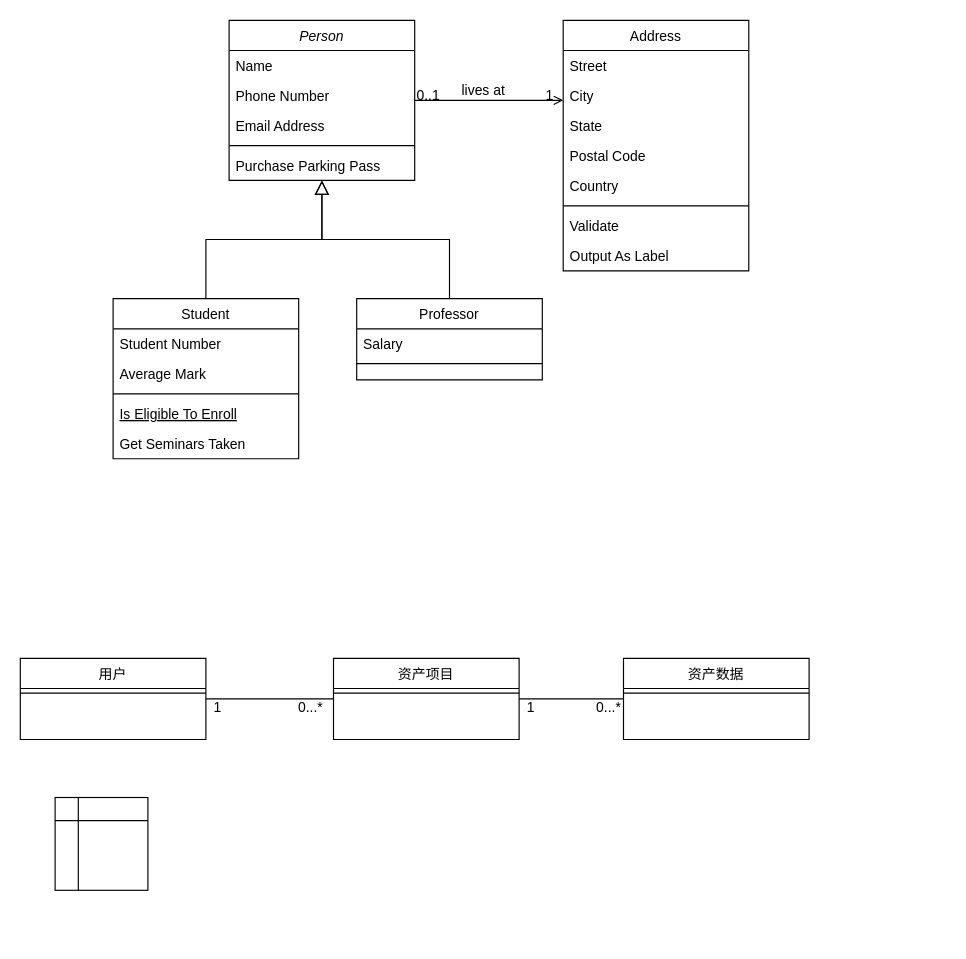
This is vbill.drawio from victorljii/vbill, a draw.io file, before an edit. Source tidied: cells renumbered, new cells numbered last; positions are measured from the earlier drawing's top-left corner, leaving out a move shared by most shapes. Both pictures are drawn from the tidied source at 116%, with x=0, y=0 at pixel (20, 20).
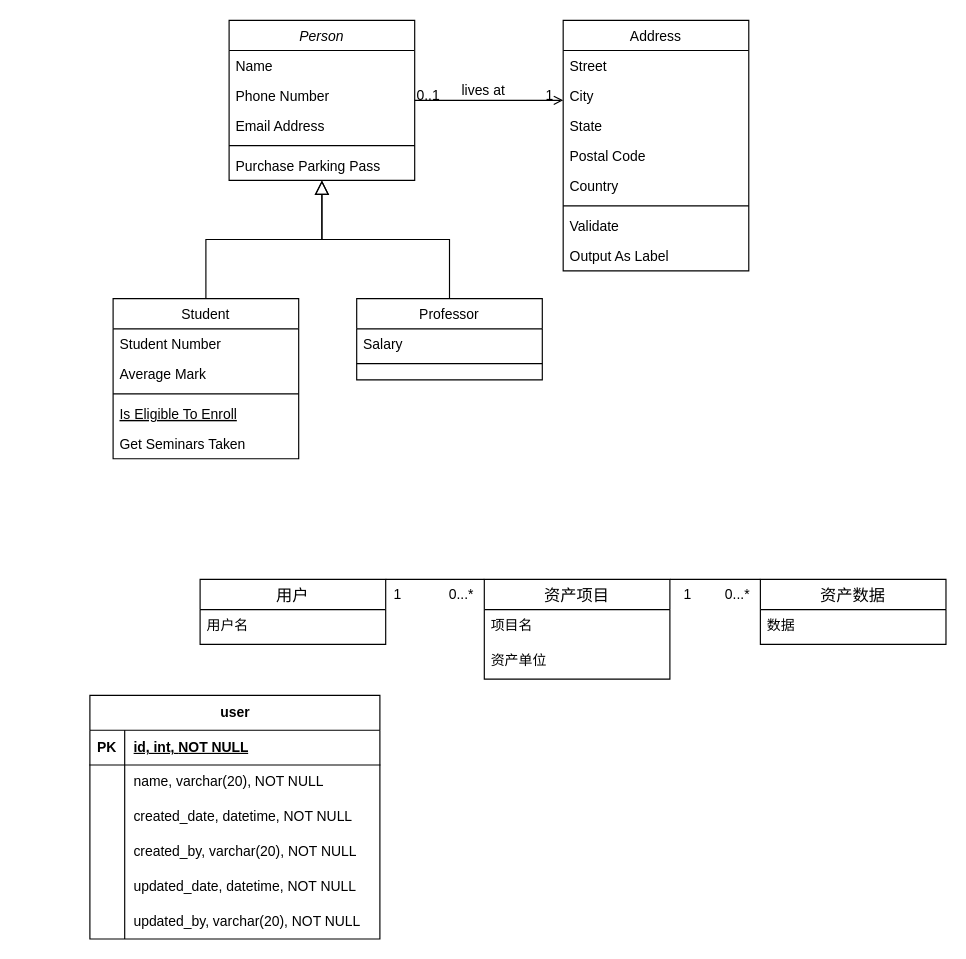
After the change.

What changed in the source:
```diff
@@
+    <mxCell id="45" value="user" style="shape=table;startSize=30;childLayout=tableLayout;rowLines=0;fontStyle=1;align=center;html=1;" parent="1" vertex="1">
+      <mxGeometry x="60" y="582" width="250" height="210" as="geometry" />
+    </mxCell>
+    <mxCell id="46" style="shape=tableRow;horizontal=0;startSize=0;swimlaneHead=0;swimlaneBody=0;fillColor=none;top=0;left=0;right=0;bottom=1;" parent="45" vertex="1">
+      <mxGeometry y="30" width="250" height="30" as="geometry" />
+    </mxCell>
+    <mxCell id="47" value="PK" style="shape=partialRectangle;fillColor=none;top=0;left=0;bottom=0;right=0;fontStyle=1;overflow=hidden;whiteSpace=wrap;html=1;" parent="46" vertex="1">
+      <mxGeometry width="30" height="30" as="geometry" />
+    </mxCell>
+    <mxCell id="48" value="id, int,&amp;nbsp;&lt;span style=&quot;white-space: pre;&quot;&gt;&lt;span style=&quot;white-space: pre;&quot;&gt;NOT NULL&lt;/span&gt;&lt;/span&gt;" style="shape=partialRectangle;fillColor=none;top=0;left=0;bottom=0;right=0;align=left;spacingLeft=6;fontStyle=5;overflow=hidden;whiteSpace=wrap;html=1;" parent="46" vertex="1">
+      <mxGeometry x="30" width="220" height="30" as="geometry" />
+    </mxCell>
+    <mxCell id="49" style="shape=tableRow;horizontal=0;startSize=0;swimlaneHead=0;swimlaneBody=0;fillColor=none;top=0;left=0;right=0;bottom=0;" parent="45" vertex="1">
+      <mxGeometry y="60" width="250" height="30" as="geometry" />
+    </mxCell>
+    <mxCell id="50" style="shape=partialRectangle;fillColor=none;top=0;left=0;bottom=0;right=0;overflow=hidden;whiteSpace=wrap;html=1;" parent="49" vertex="1">
+      <mxGeometry width="30" height="30" as="geometry" />
+    </mxCell>
+    <mxCell id="51" value="name,&amp;nbsp;&lt;span style=&quot;white-space: pre;&quot;&gt;varchar(20), NOT NULL&lt;/span&gt;" style="shape=partialRectangle;fillColor=none;top=0;left=0;bottom=0;right=0;align=left;spacingLeft=6;overflow=hidden;whiteSpace=wrap;html=1;" parent="49" vertex="1">
+      <mxGeometry x="30" width="220" height="30" as="geometry" />
+    </mxCell>
+    <mxCell id="52" style="shape=tableRow;horizontal=0;startSize=0;swimlaneHead=0;swimlaneBody=0;fillColor=none;top=0;left=0;right=0;bottom=0;" parent="45" vertex="1">
+      <mxGeometry y="90" width="250" height="30" as="geometry" />
+    </mxCell>
+    <mxCell id="53" style="shape=partialRectangle;fillColor=none;top=0;left=0;bottom=0;right=0;overflow=hidden;whiteSpace=wrap;html=1;" parent="52" vertex="1">
+      <mxGeometry width="30" height="30" as="geometry" />
+    </mxCell>
+    <mxCell id="54" value="created_date, datetime, NOT NULL" style="shape=partialRectangle;fillColor=none;top=0;left=0;bottom=0;right=0;align=left;spacingLeft=6;overflow=hidden;whiteSpace=wrap;html=1;" parent="52" vertex="1">
+      <mxGeometry x="30" width="220" height="30" as="geometry" />
+    </mxCell>
+    <mxCell id="55" style="shape=tableRow;horizontal=0;startSize=0;swimlaneHead=0;swimlaneBody=0;fillColor=none;top=0;left=0;right=0;bottom=0;" parent="45" vertex="1">
+      <mxGeometry y="120" width="250" height="30" as="geometry" />
+    </mxCell>
+    <mxCell id="56" style="shape=partialRectangle;fillColor=none;top=0;left=0;bottom=0;right=0;overflow=hidden;whiteSpace=wrap;html=1;" parent="55" vertex="1">
+      <mxGeometry width="30" height="30" as="geometry" />
+    </mxCell>
+    <mxCell id="57" value="created_by, varchar(20), NOT NULL" style="shape=partialRectangle;fillColor=none;top=0;left=0;bottom=0;right=0;align=left;spacingLeft=6;overflow=hidden;whiteSpace=wrap;html=1;" parent="55" vertex="1">
+      <mxGeometry x="30" width="220" height="30" as="geometry" />
+    </mxCell>
+    <mxCell id="58" style="shape=tableRow;horizontal=0;startSize=0;swimlaneHead=0;swimlaneBody=0;fillColor=none;top=0;left=0;right=0;bottom=0;" parent="45" vertex="1">
+      <mxGeometry y="150" width="250" height="30" as="geometry" />
+    </mxCell>
+    <mxCell id="59" style="shape=partialRectangle;fillColor=none;top=0;left=0;bottom=0;right=0;overflow=hidden;whiteSpace=wrap;html=1;" parent="58" vertex="1">
+      <mxGeometry width="30" height="30" as="geometry" />
+    </mxCell>
+    <mxCell id="60" value="updated_date, datetime, NOT NULL" style="shape=partialRectangle;fillColor=none;top=0;left=0;bottom=0;right=0;align=left;spacingLeft=6;overflow=hidden;whiteSpace=wrap;html=1;" parent="58" vertex="1">
+      <mxGeometry x="30" width="220" height="30" as="geometry" />
+    </mxCell>
+    <mxCell id="61" style="shape=tableRow;horizontal=0;startSize=0;swimlaneHead=0;swimlaneBody=0;fillColor=none;top=0;left=0;right=0;bottom=0;" parent="45" vertex="1">
+      <mxGeometry y="180" width="250" height="30" as="geometry" />
+    </mxCell>
+    <mxCell id="62" style="shape=partialRectangle;fillColor=none;top=0;left=0;bottom=0;right=0;overflow=hidden;whiteSpace=wrap;html=1;" parent="61" vertex="1">
+      <mxGeometry width="30" height="30" as="geometry" />
+    </mxCell>
+    <mxCell id="63" value="updated_by, varchar(20), NOT NULL" style="shape=partialRectangle;fillColor=none;top=0;left=0;bottom=0;right=0;align=left;spacingLeft=6;overflow=hidden;whiteSpace=wrap;html=1;" parent="61" vertex="1">
+      <mxGeometry x="30" width="220" height="30" as="geometry" />
+    </mxCell>
-    <mxCell id="32" value="用户" style="swimlane;fontStyle=0;align=center;verticalAlign=top;horizontal=1;startSize=26;rounded=0;shadow=0;strokeWidth=1;" parent="1" vertex="1">
-      <mxGeometry y="550" width="160" height="70" as="geometry" />
+    <mxCell id="32" value="用户" style="swimlane;fontStyle=0;horizontal=1;startSize=26;align=center;fontSize=14;" parent="1" vertex="1">
+      <mxGeometry x="155" y="482" width="160" height="56" as="geometry" />
     </mxCell>
-    <mxCell id="33" style="line;html=1;strokeWidth=1;align=left;verticalAlign=middle;spacingTop=-1;spacingLeft=3;spacingRight=3;labelPosition=right;" parent="32" vertex="1">
-      <mxGeometry y="26" width="160" height="8" as="geometry" />
-    </mxCell>
+    <mxCell id="64" value="用户名" style="text;strokeColor=none;fillColor=none;spacingLeft=4;spacingRight=4;overflow=hidden;fontSize=12;whiteSpace=wrap;html=1;" parent="32" vertex="1">
+      <mxGeometry y="26" width="160" height="30" as="geometry" />
+    </mxCell>
-    <mxCell id="34" value="资产项目" style="swimlane;fontStyle=0;align=center;verticalAlign=top;horizontal=1;startSize=26;rounded=0;shadow=0;strokeWidth=1;" parent="1" vertex="1">
-      <mxGeometry x="270" y="550" width="160" height="70" as="geometry" />
+    <mxCell id="34" value="资产项目" style="swimlane;fontStyle=0;horizontal=1;startSize=26;align=center;fontSize=14;" parent="1" vertex="1">
+      <mxGeometry x="400" y="482" width="160" height="86" as="geometry" />
     </mxCell>
-    <mxCell id="35" style="line;html=1;strokeWidth=1;align=left;verticalAlign=middle;spacingTop=-1;spacingLeft=3;spacingRight=3;labelPosition=right;" parent="34" vertex="1">
-      <mxGeometry y="26" width="160" height="8" as="geometry" />
-    </mxCell>
+    <mxCell id="65" value="项目名" style="text;strokeColor=none;fillColor=none;spacingLeft=4;spacingRight=4;overflow=hidden;fontSize=12;whiteSpace=wrap;html=1;" parent="34" vertex="1">
+      <mxGeometry y="26" width="160" height="30" as="geometry" />
+    </mxCell>
+    <mxCell id="66" value="资产单位" style="text;strokeColor=none;fillColor=none;spacingLeft=4;spacingRight=4;overflow=hidden;fontSize=12;whiteSpace=wrap;html=1;" parent="34" vertex="1">
+      <mxGeometry y="56" width="160" height="30" as="geometry" />
+    </mxCell>
+    <mxCell id="38" style="endArrow=none;html=1;rounded=0;exitX=1;exitY=0;exitDx=0;exitDy=0;entryX=0;entryY=0;entryDx=0;entryDy=0;" parent="1" edge="1" source="32" target="34">
+      <mxGeometry relative="1" as="geometry" />
+    </mxCell>
+    <mxCell id="67" value="1" style="text;html=1;align=center;verticalAlign=middle;strokeColor=none;fillColor=none;" parent="1" vertex="1">
+      <mxGeometry x="310" y="480" width="30" height="30" as="geometry" />
+    </mxCell>
+    <mxCell id="68" value="0...*" style="text;html=1;align=center;verticalAlign=middle;strokeColor=none;fillColor=none;" parent="1" vertex="1">
+      <mxGeometry x="360" y="480" width="40" height="30" as="geometry" />
+    </mxCell>
-    <mxCell id="36" value="资产数据" style="swimlane;fontStyle=0;align=center;verticalAlign=top;horizontal=1;startSize=26;rounded=0;shadow=0;strokeWidth=1;" parent="1" vertex="1">
-      <mxGeometry x="520" y="550" width="160" height="70" as="geometry" />
+    <mxCell id="36" value="资产数据" style="swimlane;fontStyle=0;horizontal=1;startSize=26;align=center;fontSize=14;" parent="1" vertex="1">
+      <mxGeometry x="638" y="482" width="160" height="56" as="geometry" />
     </mxCell>
-    <mxCell id="37" style="line;html=1;strokeWidth=1;align=left;verticalAlign=middle;spacingTop=-1;spacingLeft=3;spacingRight=3;labelPosition=right;" parent="36" vertex="1">
-      <mxGeometry y="26" width="160" height="8" as="geometry" />
-    </mxCell>
-    <mxCell id="38" style="endArrow=none;html=1;rounded=0;exitX=1;exitY=0.5;exitDx=0;exitDy=0;entryX=0;entryY=0.5;entryDx=0;entryDy=0;" parent="1" edge="1" source="32" target="34">
-      <mxGeometry relative="1" as="geometry" />
-    </mxCell>
-    <mxCell id="39" value="1" style="text;html=1;align=center;verticalAlign=middle;strokeColor=none;fillColor=none;" parent="1" vertex="1">
-      <mxGeometry x="155" y="578" width="30" height="30" as="geometry" />
-    </mxCell>
-    <mxCell id="40" value="0...*" style="text;html=1;align=center;verticalAlign=middle;strokeColor=none;fillColor=none;" parent="1" vertex="1">
-      <mxGeometry x="230" y="578" width="40" height="30" as="geometry" />
-    </mxCell>
+    <mxCell id="69" value="数据" style="text;strokeColor=none;fillColor=none;spacingLeft=4;spacingRight=4;overflow=hidden;fontSize=12;whiteSpace=wrap;html=1;" parent="36" vertex="1">
+      <mxGeometry y="26" width="160" height="30" as="geometry" />
+    </mxCell>
-    <mxCell id="41" style="endArrow=none;html=1;rounded=0;exitX=1;exitY=0.5;exitDx=0;exitDy=0;entryX=0;entryY=0.5;entryDx=0;entryDy=0;" parent="1" edge="1" source="34" target="36">
+    <mxCell id="41" style="endArrow=none;html=1;rounded=0;exitX=1;exitY=0;exitDx=0;exitDy=0;entryX=0;entryY=0;entryDx=0;entryDy=0;" parent="1" edge="1" source="34" target="36">
       <mxGeometry relative="1" as="geometry" />
     </mxCell>
-    <mxCell id="42" value="1" style="text;html=1;align=center;verticalAlign=middle;strokeColor=none;fillColor=none;" parent="1" vertex="1">
-      <mxGeometry x="425" y="578" width="30" height="30" as="geometry" />
-    </mxCell>
-    <mxCell id="43" value="0...*" style="text;html=1;align=center;verticalAlign=middle;strokeColor=none;fillColor=none;" parent="1" vertex="1">
-      <mxGeometry x="487" y="578" width="40" height="30" as="geometry" />
-    </mxCell>
-    <mxCell id="44" style="shape=internalStorage;whiteSpace=wrap;html=1;backgroundOutline=1;" parent="1" vertex="1">
-      <mxGeometry x="30" y="670" width="80" height="80" as="geometry" />
-    </mxCell>
+    <mxCell id="70" value="1" style="text;html=1;align=center;verticalAlign=middle;strokeColor=none;fillColor=none;" parent="1" vertex="1">
+      <mxGeometry x="560" y="480" width="30" height="30" as="geometry" />
+    </mxCell>
+    <mxCell id="71" value="0...*" style="text;html=1;align=center;verticalAlign=middle;strokeColor=none;fillColor=none;" parent="1" vertex="1">
+      <mxGeometry x="598" y="480" width="40" height="30" as="geometry" />
+    </mxCell>
```
